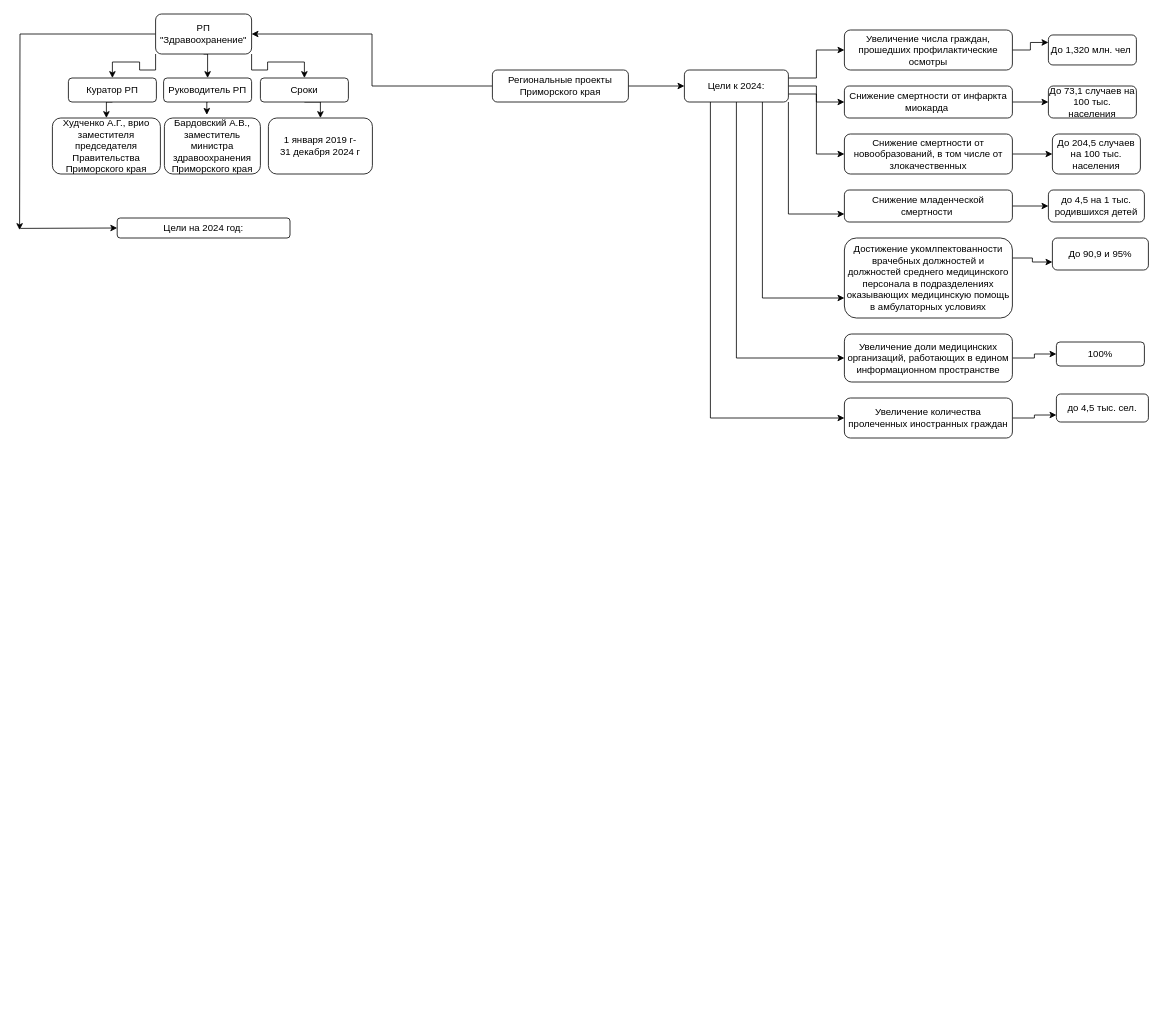
Above: Диаграмма без названия.drawio in alina88888/ALINA (draw.io), before the change. Source tidied: cells renumbered, new cells numbered last; positions are measured from the earlier drawing's top-left corner, leaving out a move shared by most shapes. Both pictures are drawn from the tidied source at 80%, with x=0, y=0 at pixel (19, 14).
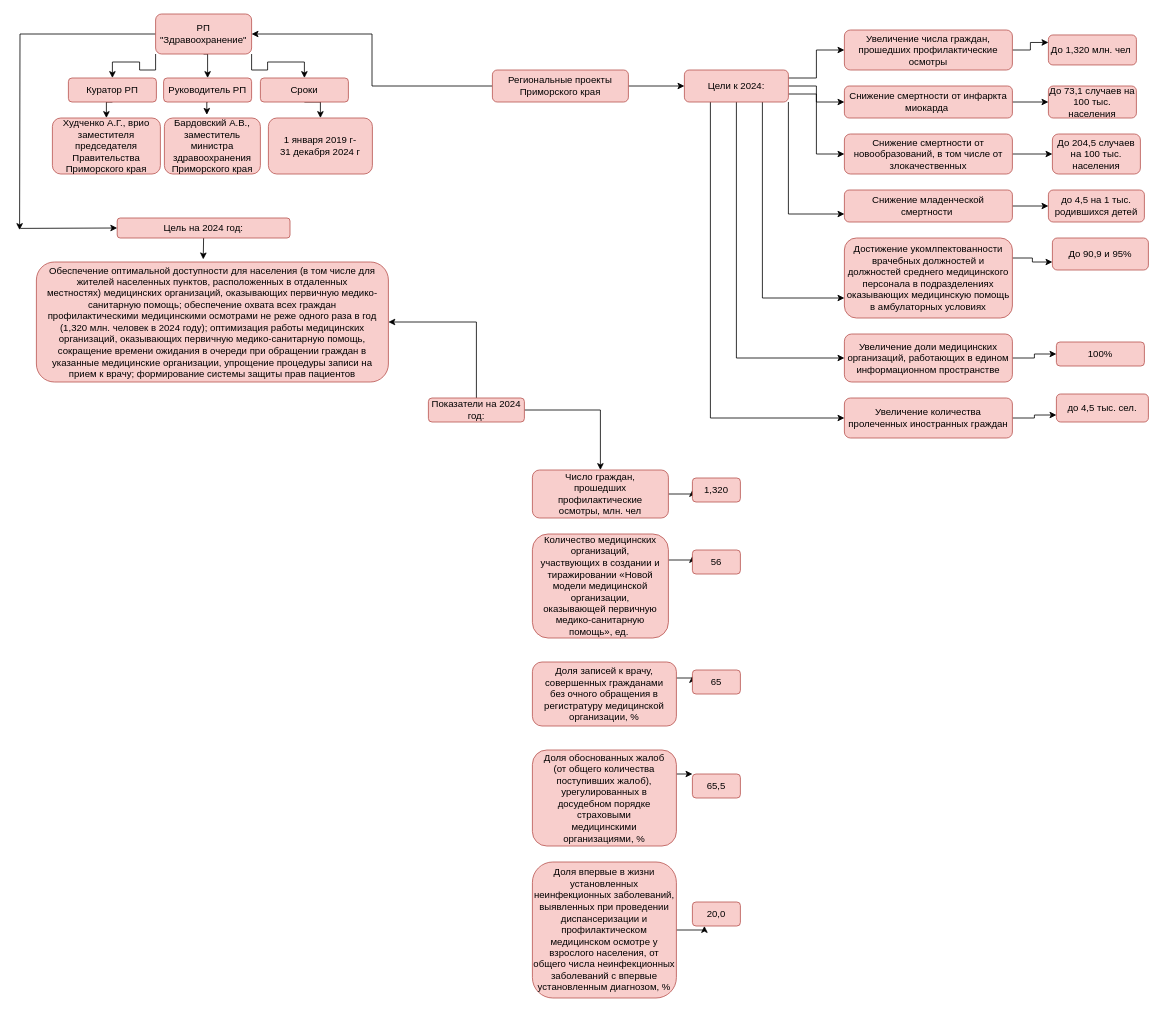
The same page after the edit.

Diff of the diagram source:
```diff
@@
-    <mxCell id="6" value="РП &quot;Здравоохранение&quot;" style="rounded=1;whiteSpace=wrap;html=1;" parent="1" vertex="1">
+    <mxCell id="6" value="РП &quot;Здравоохранение&quot;" style="rounded=1;whiteSpace=wrap;html=1;fillColor=#f8cecc;strokeColor=#b85450;" parent="1" vertex="1">
       <mxGeometry x="170" width="120" height="50" as="geometry" />
     </mxCell>
@@
-    <mxCell id="8" value="Куратор РП" style="rounded=1;whiteSpace=wrap;html=1;" parent="1" vertex="1">
+    <mxCell id="8" value="Куратор РП" style="rounded=1;whiteSpace=wrap;html=1;fillColor=#f8cecc;strokeColor=#b85450;" parent="1" vertex="1">
       <mxGeometry x="61" y="80" width="110" height="30" as="geometry" />
     </mxCell>
@@
-    <mxCell id="10" value="Руководитель РП" style="rounded=1;whiteSpace=wrap;html=1;" parent="1" vertex="1">
+    <mxCell id="10" value="Руководитель РП" style="rounded=1;whiteSpace=wrap;html=1;fillColor=#f8cecc;strokeColor=#b85450;" parent="1" vertex="1">
       <mxGeometry x="180" y="80" width="110" height="30" as="geometry" />
     </mxCell>
@@
-    <mxCell id="12" value="Сроки" style="rounded=1;whiteSpace=wrap;html=1;" parent="1" vertex="1">
+    <mxCell id="12" value="Сроки" style="rounded=1;whiteSpace=wrap;html=1;fillColor=#f8cecc;strokeColor=#b85450;" parent="1" vertex="1">
       <mxGeometry x="301" y="80" width="110" height="30" as="geometry" />
     </mxCell>
-    <mxCell id="13" value="Худченко А.Г., врио заместителя председателя Правительства Приморского края" style="rounded=1;whiteSpace=wrap;html=1;" parent="1" vertex="1">
+    <mxCell id="13" value="Худченко А.Г., врио заместителя председателя Правительства Приморского края" style="rounded=1;whiteSpace=wrap;html=1;fillColor=#f8cecc;strokeColor=#b85450;" parent="1" vertex="1">
       <mxGeometry x="41" y="130" width="135" height="70" as="geometry" />
     </mxCell>
-    <mxCell id="14" value="Бардовский А.В., заместитель министра здравоохранения Приморского края" style="rounded=1;whiteSpace=wrap;html=1;" parent="1" vertex="1">
+    <mxCell id="14" value="Бардовский А.В., заместитель министра здравоохранения Приморского края" style="rounded=1;whiteSpace=wrap;html=1;fillColor=#f8cecc;strokeColor=#b85450;" parent="1" vertex="1">
       <mxGeometry x="181" y="130" width="120" height="70" as="geometry" />
     </mxCell>
-    <mxCell id="15" value="1 января 2019 г-&lt;br&gt;31 декабря 2024 г" style="rounded=1;whiteSpace=wrap;html=1;" parent="1" vertex="1">
+    <mxCell id="15" value="1 января 2019 г-&lt;br&gt;31 декабря 2024 г" style="rounded=1;whiteSpace=wrap;html=1;fillColor=#f8cecc;strokeColor=#b85450;" parent="1" vertex="1">
       <mxGeometry x="311" y="130" width="130" height="70" as="geometry" />
     </mxCell>
+    <mxCell id="50" style="edgeStyle=orthogonalEdgeStyle;rounded=0;jettySize=auto;html=1;exitX=0.5;exitY=1;exitDx=0;exitDy=0;entryX=0.474;entryY=-0.022;entryDx=0;entryDy=0;entryPerimeter=0;" parent="1" edge="1" source="16" target="51">
+      <mxGeometry relative="1" as="geometry" />
+    </mxCell>
-    <mxCell id="16" value="Цели на 2024 год:" style="rounded=1;whiteSpace=wrap;html=1;" parent="1" vertex="1">
+    <mxCell id="16" value="Цель на 2024 год:" style="rounded=1;whiteSpace=wrap;html=1;fillColor=#f8cecc;strokeColor=#b85450;" parent="1" vertex="1">
       <mxGeometry x="122" y="255" width="216" height="25" as="geometry" />
     </mxCell>
@@
-    <mxCell id="19" value="Региональные проекты Приморского края" style="rounded=1;whiteSpace=wrap;html=1;" parent="1" vertex="1">
+    <mxCell id="19" value="Региональные проекты Приморского края" style="rounded=1;whiteSpace=wrap;html=1;fillColor=#f8cecc;strokeColor=#b85450;" parent="1" vertex="1">
       <mxGeometry x="591" y="70" width="170" height="40" as="geometry" />
     </mxCell>
@@
-    <mxCell id="27" value="Цели к 2024:" style="rounded=1;whiteSpace=wrap;html=1;" parent="1" vertex="1">
+    <mxCell id="27" value="Цели к 2024:" style="rounded=1;whiteSpace=wrap;html=1;fillColor=#f8cecc;strokeColor=#b85450;" parent="1" vertex="1">
       <mxGeometry x="831" y="70" width="130" height="40" as="geometry" />
     </mxCell>
@@
-    <mxCell id="29" value="Увеличение числа граждан, прошедших профилактические осмотры" style="rounded=1;whiteSpace=wrap;html=1;" parent="1" vertex="1">
+    <mxCell id="29" value="Увеличение числа граждан, прошедших профилактические осмотры" style="rounded=1;whiteSpace=wrap;html=1;fillColor=#f8cecc;strokeColor=#b85450;" parent="1" vertex="1">
       <mxGeometry x="1031" y="20" width="210" height="50" as="geometry" />
     </mxCell>
-    <mxCell id="30" value="До 1,320 млн. чел&amp;nbsp;" style="rounded=1;whiteSpace=wrap;html=1;" parent="1" vertex="1">
+    <mxCell id="30" value="До 1,320 млн. чел&amp;nbsp;" style="rounded=1;whiteSpace=wrap;html=1;fillColor=#f8cecc;strokeColor=#b85450;" parent="1" vertex="1">
       <mxGeometry x="1286" y="26.2" width="110" height="37.5" as="geometry" />
     </mxCell>
@@
-    <mxCell id="32" value="Снижение смертности от инфаркта миокарда&amp;nbsp;" style="rounded=1;whiteSpace=wrap;html=1;" parent="1" vertex="1">
+    <mxCell id="32" value="Снижение смертности от инфаркта миокарда&amp;nbsp;" style="rounded=1;whiteSpace=wrap;html=1;fillColor=#f8cecc;strokeColor=#b85450;" parent="1" vertex="1">
       <mxGeometry x="1031" y="90" width="210" height="40" as="geometry" />
     </mxCell>
-    <mxCell id="33" value="До 73,1 случаев на 100 тыс. населения" style="rounded=1;whiteSpace=wrap;html=1;" parent="1" vertex="1">
+    <mxCell id="33" value="До 73,1 случаев на 100 тыс. населения" style="rounded=1;whiteSpace=wrap;html=1;fillColor=#f8cecc;strokeColor=#b85450;" parent="1" vertex="1">
       <mxGeometry x="1286" y="90" width="110" height="40" as="geometry" />
     </mxCell>
@@
-    <mxCell id="35" value="Снижение смертности от новообразований, в том числе от злокачественных" style="rounded=1;whiteSpace=wrap;html=1;" parent="1" vertex="1">
+    <mxCell id="35" value="Снижение смертности от новообразований, в том числе от злокачественных" style="rounded=1;whiteSpace=wrap;html=1;fillColor=#f8cecc;strokeColor=#b85450;" parent="1" vertex="1">
       <mxGeometry x="1031" y="150" width="210" height="50" as="geometry" />
     </mxCell>
-    <mxCell id="36" value="До 204,5 случаев на 100 тыс. населения" style="rounded=1;whiteSpace=wrap;html=1;" parent="1" vertex="1">
+    <mxCell id="36" value="До 204,5 случаев на 100 тыс. населения" style="rounded=1;whiteSpace=wrap;html=1;fillColor=#f8cecc;strokeColor=#b85450;" parent="1" vertex="1">
       <mxGeometry x="1291" y="150" width="110" height="50" as="geometry" />
     </mxCell>
@@
-    <mxCell id="38" value="Снижение младенческой смертности&amp;nbsp;" style="rounded=1;whiteSpace=wrap;html=1;" parent="1" vertex="1">
+    <mxCell id="38" value="Снижение младенческой смертности&amp;nbsp;" style="rounded=1;whiteSpace=wrap;html=1;fillColor=#f8cecc;strokeColor=#b85450;" parent="1" vertex="1">
       <mxGeometry x="1031" y="220" width="210" height="40" as="geometry" />
     </mxCell>
-    <mxCell id="39" value="до 4,5 на 1 тыс. родившихся детей" style="rounded=1;whiteSpace=wrap;html=1;" parent="1" vertex="1">
+    <mxCell id="39" value="до 4,5 на 1 тыс. родившихся детей" style="rounded=1;whiteSpace=wrap;html=1;fillColor=#f8cecc;strokeColor=#b85450;" parent="1" vertex="1">
       <mxGeometry x="1286" y="220" width="120" height="40" as="geometry" />
     </mxCell>
@@
-    <mxCell id="41" value="Достижение укомлпектованности врачебных должностей и должностей среднего медицинского персонала в подразделениях оказывающих медицинскую помощь в амбулаторных условиях" style="rounded=1;whiteSpace=wrap;html=1;" parent="1" vertex="1">
+    <mxCell id="41" value="Достижение укомлпектованности врачебных должностей и должностей среднего медицинского персонала в подразделениях оказывающих медицинскую помощь в амбулаторных условиях" style="rounded=1;whiteSpace=wrap;html=1;fillColor=#f8cecc;strokeColor=#b85450;" parent="1" vertex="1">
       <mxGeometry x="1031" y="280" width="210" height="100" as="geometry" />
     </mxCell>
-    <mxCell id="42" value="До 90,9 и 95%" style="rounded=1;whiteSpace=wrap;html=1;" parent="1" vertex="1">
+    <mxCell id="42" value="До 90,9 и 95%" style="rounded=1;whiteSpace=wrap;html=1;fillColor=#f8cecc;strokeColor=#b85450;" parent="1" vertex="1">
       <mxGeometry x="1291" y="280" width="120" height="40" as="geometry" />
     </mxCell>
@@
-    <mxCell id="44" value="Увеличение доли медицинских организаций, работающих в едином информационном пространстве" style="rounded=1;whiteSpace=wrap;html=1;" parent="1" vertex="1">
+    <mxCell id="44" value="Увеличение доли медицинских организаций, работающих в едином информационном пространстве" style="rounded=1;whiteSpace=wrap;html=1;fillColor=#f8cecc;strokeColor=#b85450;" parent="1" vertex="1">
       <mxGeometry x="1031" y="400" width="210" height="60" as="geometry" />
     </mxCell>
-    <mxCell id="45" value="100%" style="rounded=1;whiteSpace=wrap;html=1;" parent="1" vertex="1">
+    <mxCell id="45" value="100%" style="rounded=1;whiteSpace=wrap;html=1;fillColor=#f8cecc;strokeColor=#b85450;" parent="1" vertex="1">
       <mxGeometry x="1296" y="410" width="110" height="30" as="geometry" />
     </mxCell>
@@
-    <mxCell id="47" value="Увеличение количества пролеченных иностранных граждан" style="rounded=1;whiteSpace=wrap;html=1;" parent="1" vertex="1">
+    <mxCell id="47" value="Увеличение количества пролеченных иностранных граждан" style="rounded=1;whiteSpace=wrap;html=1;fillColor=#f8cecc;strokeColor=#b85450;" parent="1" vertex="1">
       <mxGeometry x="1031" y="480" width="210" height="50" as="geometry" />
     </mxCell>
-    <mxCell id="48" value="до 4,5 тыс. сел." style="rounded=1;whiteSpace=wrap;html=1;" parent="1" vertex="1">
+    <mxCell id="48" value="до 4,5 тыс. сел." style="rounded=1;whiteSpace=wrap;html=1;fillColor=#f8cecc;strokeColor=#b85450;" parent="1" vertex="1">
       <mxGeometry x="1296" y="475" width="115" height="35" as="geometry" />
     </mxCell>
@@
+    <mxCell id="51" value="Обеспечение оптимальной доступности для населения (в том числе для жителей населенных пунктов, расположенных в отдаленных&lt;br/&gt;местностях) медицинских организаций, оказывающих первичную медико-санитарную помощь; обеспечение охвата всех граждан&lt;br/&gt;профилактическими медицинскими осмотрами не реже одного раза в год (1,320 млн. человек в 2024 году); оптимизация работы медицинских&lt;br/&gt;организаций, оказывающих первичную медико-санитарную помощь, сокращение времени ожидания в очереди при обращении граждан в&lt;br/&gt;указанные медицинские организации, упрощение процедуры записи на прием к врачу; формирование системы защиты прав пациентов" style="rounded=1;whiteSpace=wrap;html=1;fillColor=#f8cecc;strokeColor=#b85450;" parent="1" vertex="1">
+      <mxGeometry x="21" y="310" width="440" height="150" as="geometry" />
+    </mxCell>
+    <mxCell id="52" style="edgeStyle=orthogonalEdgeStyle;rounded=0;jettySize=auto;html=1;exitX=0.5;exitY=0;exitDx=0;exitDy=0;entryX=1;entryY=0.5;entryDx=0;entryDy=0;" parent="1" edge="1" source="54" target="51">
+      <mxGeometry relative="1" as="geometry" />
+    </mxCell>
+    <mxCell id="53" style="edgeStyle=orthogonalEdgeStyle;rounded=0;jettySize=auto;html=1;exitX=1;exitY=0.5;exitDx=0;exitDy=0;entryX=0.5;entryY=0;entryDx=0;entryDy=0;" parent="1" edge="1" source="54" target="56">
+      <mxGeometry relative="1" as="geometry" />
+    </mxCell>
+    <mxCell id="54" value="Показатели на 2024 год:" style="rounded=1;whiteSpace=wrap;html=1;fillColor=#f8cecc;strokeColor=#b85450;" parent="1" vertex="1">
+      <mxGeometry x="511" y="480" width="120" height="30" as="geometry" />
+    </mxCell>
+    <mxCell id="55" style="edgeStyle=orthogonalEdgeStyle;rounded=0;jettySize=auto;html=1;exitX=1;exitY=0.5;exitDx=0;exitDy=0;entryX=0;entryY=0.5;entryDx=0;entryDy=0;" parent="1" edge="1" source="56" target="57">
+      <mxGeometry relative="1" as="geometry" />
+    </mxCell>
+    <mxCell id="56" value="Число граждан,&lt;br/&gt;прошедших&lt;br/&gt;профилактические&lt;br/&gt;осмотры, млн. чел" style="rounded=1;whiteSpace=wrap;html=1;fillColor=#f8cecc;strokeColor=#b85450;" parent="1" vertex="1">
+      <mxGeometry x="641" y="570" width="170" height="60" as="geometry" />
+    </mxCell>
+    <mxCell id="57" value="1,320" style="rounded=1;whiteSpace=wrap;html=1;fillColor=#f8cecc;strokeColor=#b85450;" parent="1" vertex="1">
+      <mxGeometry x="841" y="580" width="60" height="30" as="geometry" />
+    </mxCell>
+    <mxCell id="58" style="edgeStyle=orthogonalEdgeStyle;rounded=0;jettySize=auto;html=1;exitX=1;exitY=0.25;exitDx=0;exitDy=0;entryX=0;entryY=0.25;entryDx=0;entryDy=0;" parent="1" edge="1" source="59" target="60">
+      <mxGeometry relative="1" as="geometry" />
+    </mxCell>
+    <mxCell id="59" value="Количество медицинских&lt;br/&gt;организаций,&lt;br/&gt;участвующих в создании и&lt;br/&gt;тиражировании «Новой&lt;br/&gt;модели медицинской&lt;br/&gt;организации,&lt;br/&gt;оказывающей первичную&lt;br/&gt;медико-санитарную&lt;br/&gt;помощь», ед.&amp;nbsp;" style="rounded=1;whiteSpace=wrap;html=1;fillColor=#f8cecc;strokeColor=#b85450;" parent="1" vertex="1">
+      <mxGeometry x="641" y="650" width="170" height="130" as="geometry" />
+    </mxCell>
+    <mxCell id="60" value="56" style="rounded=1;whiteSpace=wrap;html=1;fillColor=#f8cecc;strokeColor=#b85450;" parent="1" vertex="1">
+      <mxGeometry x="841" y="670" width="60" height="30" as="geometry" />
+    </mxCell>
+    <mxCell id="61" style="edgeStyle=orthogonalEdgeStyle;rounded=0;jettySize=auto;html=1;exitX=1;exitY=0.25;exitDx=0;exitDy=0;entryX=0;entryY=0.25;entryDx=0;entryDy=0;" parent="1" edge="1" source="62" target="63">
+      <mxGeometry relative="1" as="geometry" />
+    </mxCell>
+    <mxCell id="62" value="Доля записей к врачу,&lt;br/&gt;совершенных гражданами&lt;br/&gt;без очного обращения в&lt;br/&gt;регистратуру медицинской&lt;br/&gt;организации, %" style="rounded=1;whiteSpace=wrap;html=1;fillColor=#f8cecc;strokeColor=#b85450;" parent="1" vertex="1">
+      <mxGeometry x="641" y="810" width="180" height="80" as="geometry" />
+    </mxCell>
+    <mxCell id="63" value="65" style="rounded=1;whiteSpace=wrap;html=1;fillColor=#f8cecc;strokeColor=#b85450;" parent="1" vertex="1">
+      <mxGeometry x="841" y="820" width="60" height="30" as="geometry" />
+    </mxCell>
+    <mxCell id="64" style="edgeStyle=orthogonalEdgeStyle;rounded=0;jettySize=auto;html=1;exitX=1;exitY=0.25;exitDx=0;exitDy=0;entryX=0;entryY=0;entryDx=0;entryDy=0;" parent="1" edge="1" source="65" target="66">
+      <mxGeometry relative="1" as="geometry" />
+    </mxCell>
+    <mxCell id="65" value="Доля обоснованных жалоб&lt;br/&gt;(от общего количества&lt;br/&gt;поступивших жалоб),&lt;br/&gt;урегулированных в&lt;br/&gt;досудебном порядке&lt;br/&gt;страховыми&lt;br/&gt;медицинскими&lt;br/&gt;организациями, %" style="rounded=1;whiteSpace=wrap;html=1;fillColor=#f8cecc;strokeColor=#b85450;" parent="1" vertex="1">
+      <mxGeometry x="641" y="920" width="180" height="120" as="geometry" />
+    </mxCell>
+    <mxCell id="66" value="65,5" style="rounded=1;whiteSpace=wrap;html=1;fillColor=#f8cecc;strokeColor=#b85450;" parent="1" vertex="1">
+      <mxGeometry x="841" y="950" width="60" height="30" as="geometry" />
+    </mxCell>
+    <mxCell id="67" style="edgeStyle=orthogonalEdgeStyle;rounded=0;jettySize=auto;html=1;exitX=1;exitY=0.5;exitDx=0;exitDy=0;entryX=0.25;entryY=1;entryDx=0;entryDy=0;" parent="1" edge="1" source="68" target="69">
+      <mxGeometry relative="1" as="geometry" />
+    </mxCell>
+    <mxCell id="68" value="Доля впервые в жизни установленных неинфекционных заболеваний, выявленных при проведении диспансеризации и профилактическом&lt;br/&gt;медицинском осмотре у взрослого населения, от общего числа неинфекционных заболеваний с впервые установленным диагнозом, %" style="rounded=1;whiteSpace=wrap;html=1;fillColor=#f8cecc;strokeColor=#b85450;" parent="1" vertex="1">
+      <mxGeometry x="641" y="1060" width="180" height="170" as="geometry" />
+    </mxCell>
+    <mxCell id="69" value="20,0" style="rounded=1;whiteSpace=wrap;html=1;fillColor=#f8cecc;strokeColor=#b85450;" parent="1" vertex="1">
+      <mxGeometry x="841" y="1110" width="60" height="30" as="geometry" />
+    </mxCell>
```
